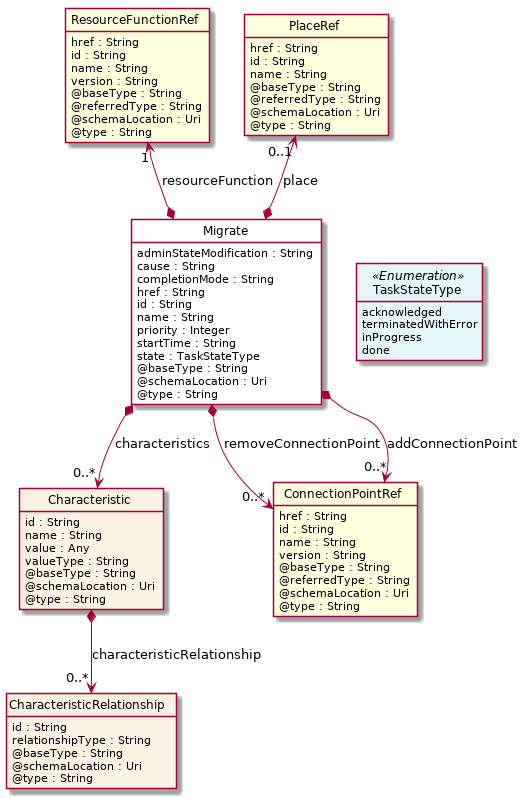
Earlier version of the PlantUML export apis/TMF664_Resource_Function_Activation/documentation/diagrams/Resource_Migrate.png (tmforum-apis/Open_Api_And_Data_Model).
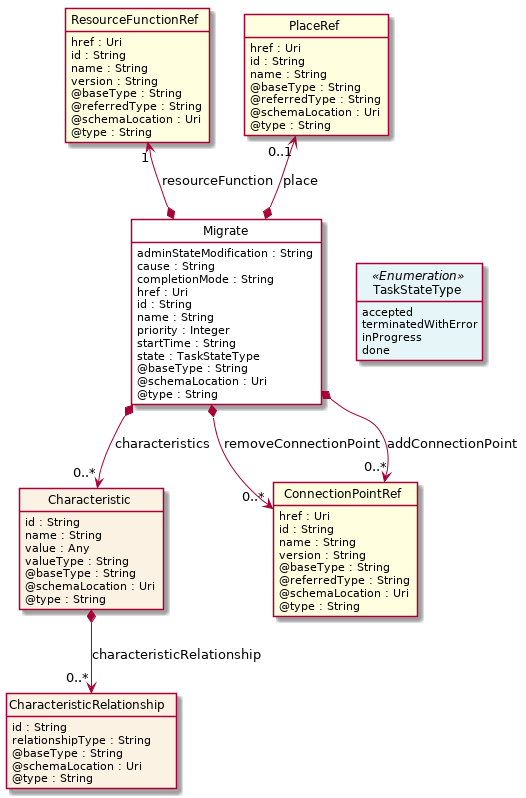
Above is the later version.

Change to the diagram source:
```diff
@@ -14,7 +14,7 @@
     adminStateModification : String
     cause : String
     completionMode : String
-    href : String
+    href : Uri
     id : String
     name : String
     priority : Integer
@@ -26,7 +26,7 @@
 }
 
 class TaskStateType <<Enumeration>> {
-    acknowledged
+    accepted
     terminatedWithError
     inProgress
     done
@@ -51,7 +51,7 @@
 }
 
 class ConnectionPointRef  <<Ref>> {
-    href : String
+    href : Uri
     id : String
     name : String
     version : String
@@ -62,7 +62,7 @@
 }
 
 class ResourceFunctionRef  <<Ref>> {
-    href : String
+    href : Uri
     id : String
     name : String
     version : String
@@ -73,7 +73,7 @@
 }
 
 class PlaceRef  <<Ref>> {
-    href : String
+    href : Uri
     id : String
     name : String
     @baseType : String
```
